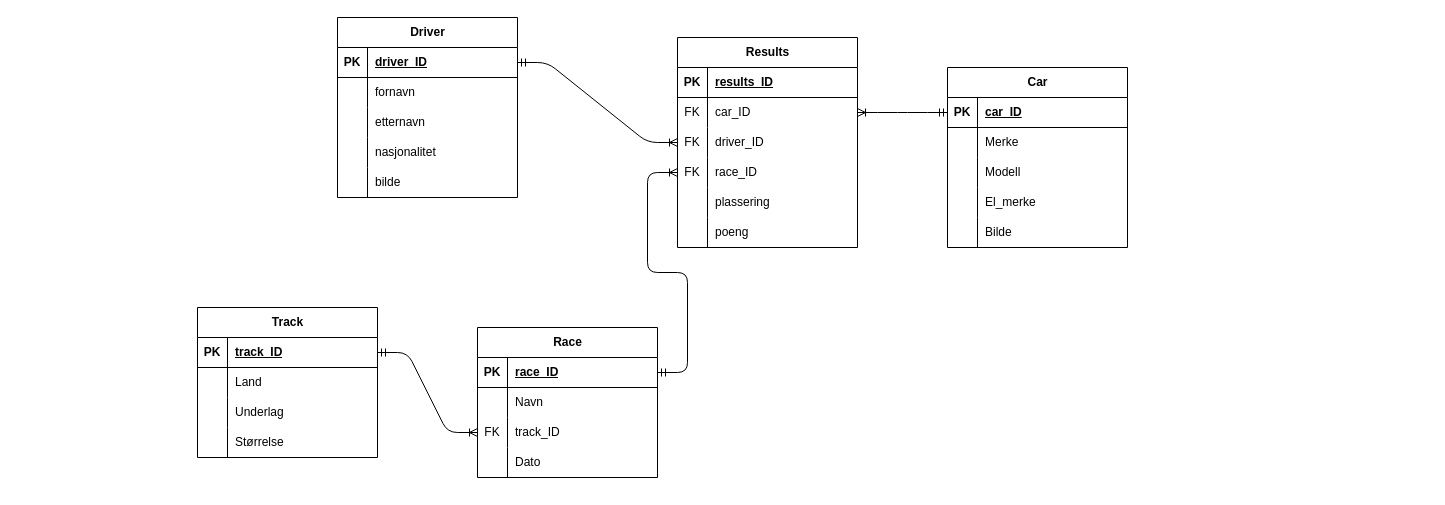
Above: Prosjekt_database/Racetracker.drawio in Olaminator-07/Olaminator-07.github.io (draw.io), before the change. Source tidied: cells renumbered, new cells numbered last; positions are measured from the earlier drawing's top-left corner, leaving out a move shared by most shapes. Both pictures are drawn from the tidied source at 100%, with x=0, y=0 at pixel (197, 17).
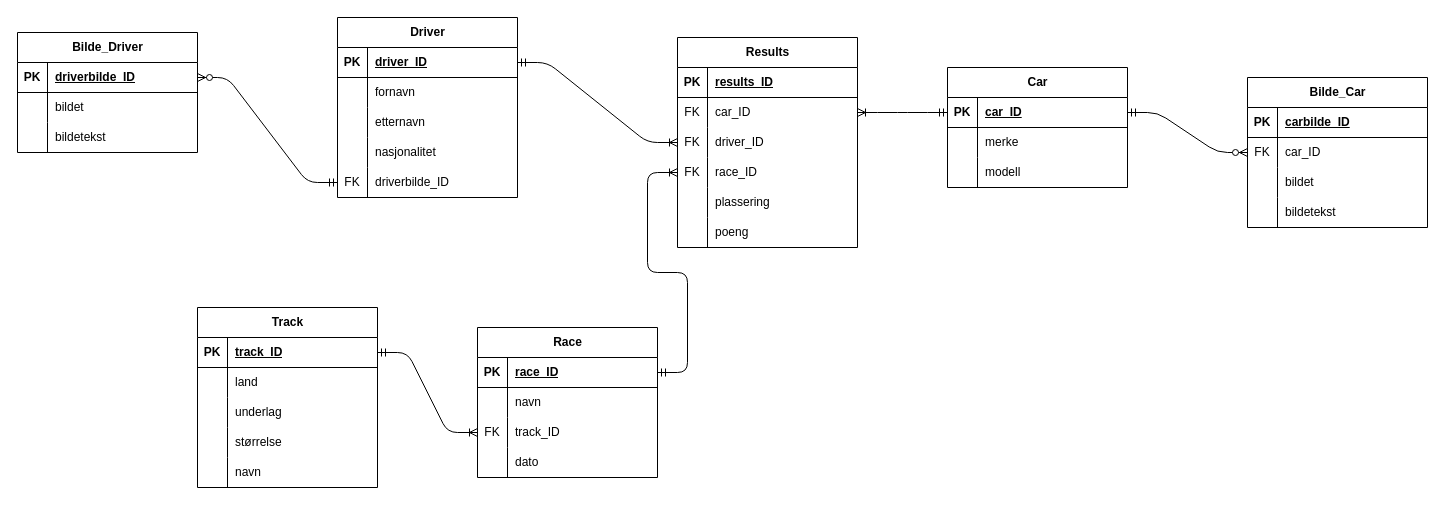
After the change.

The change refers to these unchanged cells:
```xml
<mxCell id="3" style="shape=tableRow;horizontal=0;startSize=0;swimlaneHead=0;swimlaneBody=0;fillColor=none;points=[[0,0.5],[1,0.5]];portConstraint=eastwest;top=0;left=0;right=0;bottom=1;" parent="2" vertex="1">
  <mxGeometry y="30" width="180" height="30" as="geometry" />
</mxCell>
<mxCell id="6" style="shape=tableRow;horizontal=0;startSize=0;swimlaneHead=0;swimlaneBody=0;fillColor=none;top=0;left=0;right=0;bottom=0;" parent="2" vertex="1">
  <mxGeometry y="60" width="180" height="30" as="geometry" />
</mxCell>
<mxCell id="9" style="shape=tableRow;horizontal=0;startSize=0;swimlaneHead=0;swimlaneBody=0;fillColor=none;top=0;left=0;right=0;bottom=0;" parent="2" vertex="1">
  <mxGeometry y="90" width="180" height="30" as="geometry" />
</mxCell>
<mxCell id="31" style="shape=tableRow;horizontal=0;startSize=0;swimlaneHead=0;swimlaneBody=0;fillColor=none;points=[[0,0.5],[1,0.5]];portConstraint=eastwest;top=0;left=0;right=0;bottom=0;" parent="18" vertex="1">
  <mxGeometry y="150" width="180" height="30" as="geometry" />
</mxCell>
<mxCell id="38" style="shape=tableRow;horizontal=0;startSize=0;swimlaneHead=0;swimlaneBody=0;fillColor=none;top=0;left=0;right=0;bottom=0;" parent="34" vertex="1">
  <mxGeometry y="60" width="180" height="30" as="geometry" />
</mxCell>
<mxCell id="44" style="shape=tableRow;horizontal=0;startSize=0;swimlaneHead=0;swimlaneBody=0;fillColor=none;top=0;left=0;right=0;bottom=0;" parent="34" vertex="1">
  <mxGeometry y="120" width="180" height="30" as="geometry" />
</mxCell>
<mxCell id="70" style="shape=tableRow;horizontal=0;startSize=0;swimlaneHead=0;swimlaneBody=0;fillColor=none;top=0;left=0;right=0;bottom=0;" parent="66" vertex="1">
  <mxGeometry y="60" width="180" height="30" as="geometry" />
</mxCell>
<mxCell id="73" style="shape=tableRow;horizontal=0;startSize=0;swimlaneHead=0;swimlaneBody=0;fillColor=none;top=0;left=0;right=0;bottom=0;" parent="66" vertex="1">
  <mxGeometry y="90" width="180" height="30" as="geometry" />
</mxCell>
<mxCell id="76" style="shape=tableRow;horizontal=0;startSize=0;swimlaneHead=0;swimlaneBody=0;fillColor=none;top=0;left=0;right=0;bottom=0;" parent="66" vertex="1">
  <mxGeometry y="120" width="180" height="30" as="geometry" />
</mxCell>
```

Diff of the diagram source:
```diff
@@
     <mxCell id="2" value="Car" style="shape=table;startSize=30;childLayout=tableLayout;rowLines=0;fontStyle=1;align=center;html=1;" parent="1" vertex="1">
-      <mxGeometry x="750" y="50" width="180" height="180" as="geometry" />
+      <mxGeometry x="750" y="50" width="180" height="120" as="geometry" />
     </mxCell>
@@
-    <mxCell id="8" value="Merke" style="shape=partialRectangle;fillColor=none;top=0;left=0;bottom=0;right=0;align=left;spacingLeft=6;overflow=hidden;whiteSpace=wrap;html=1;" parent="6" vertex="1">
+    <mxCell id="8" value="merke" style="shape=partialRectangle;fillColor=none;top=0;left=0;bottom=0;right=0;align=left;spacingLeft=6;overflow=hidden;whiteSpace=wrap;html=1;" parent="6" vertex="1">
       <mxGeometry x="30" width="150" height="30" as="geometry" />
     </mxCell>
@@
-    <mxCell id="11" value="Modell" style="shape=partialRectangle;fillColor=none;top=0;left=0;bottom=0;right=0;align=left;spacingLeft=6;overflow=hidden;whiteSpace=wrap;html=1;" parent="9" vertex="1">
+    <mxCell id="11" value="modell" style="shape=partialRectangle;fillColor=none;top=0;left=0;bottom=0;right=0;align=left;spacingLeft=6;overflow=hidden;whiteSpace=wrap;html=1;" parent="9" vertex="1">
       <mxGeometry x="30" width="150" height="30" as="geometry" />
     </mxCell>
-    <mxCell id="12" style="shape=tableRow;horizontal=0;startSize=0;swimlaneHead=0;swimlaneBody=0;fillColor=none;top=0;left=0;right=0;bottom=0;" parent="2" vertex="1">
-      <mxGeometry y="120" width="180" height="30" as="geometry" />
-    </mxCell>
-    <mxCell id="13" style="shape=partialRectangle;fillColor=none;top=0;left=0;bottom=0;right=0;overflow=hidden;whiteSpace=wrap;html=1;" parent="12" vertex="1">
-      <mxGeometry width="30" height="30" as="geometry" />
-    </mxCell>
-    <mxCell id="14" value="El_merke" style="shape=partialRectangle;fillColor=none;top=0;left=0;bottom=0;right=0;align=left;spacingLeft=6;overflow=hidden;whiteSpace=wrap;html=1;" parent="12" vertex="1">
-      <mxGeometry x="30" width="150" height="30" as="geometry" />
-    </mxCell>
-    <mxCell id="15" style="shape=tableRow;horizontal=0;startSize=0;swimlaneHead=0;swimlaneBody=0;fillColor=none;top=0;left=0;right=0;bottom=0;" parent="2" vertex="1">
-      <mxGeometry y="150" width="180" height="30" as="geometry" />
-    </mxCell>
-    <mxCell id="16" style="shape=partialRectangle;fillColor=none;top=0;left=0;bottom=0;right=0;overflow=hidden;whiteSpace=wrap;html=1;" parent="15" vertex="1">
-      <mxGeometry width="30" height="30" as="geometry" />
-    </mxCell>
-    <mxCell id="17" value="Bilde" style="shape=partialRectangle;fillColor=none;top=0;left=0;bottom=0;right=0;align=left;spacingLeft=6;overflow=hidden;whiteSpace=wrap;html=1;" parent="15" vertex="1">
-      <mxGeometry x="30" width="150" height="30" as="geometry" />
-    </mxCell>
@@
-    <mxCell id="32" style="shape=partialRectangle;fillColor=none;top=0;left=0;bottom=0;right=0;overflow=hidden;whiteSpace=wrap;html=1;" parent="31" vertex="1">
+    <mxCell id="32" value="FK" style="shape=partialRectangle;fillColor=none;top=0;left=0;bottom=0;right=0;overflow=hidden;whiteSpace=wrap;html=1;" parent="31" vertex="1">
       <mxGeometry width="30" height="30" as="geometry" />
     </mxCell>
-    <mxCell id="33" value="bilde" style="shape=partialRectangle;fillColor=none;top=0;left=0;bottom=0;right=0;align=left;spacingLeft=6;overflow=hidden;whiteSpace=wrap;html=1;" parent="31" vertex="1">
+    <mxCell id="33" value="driverbilde_ID" style="shape=partialRectangle;fillColor=none;top=0;left=0;bottom=0;right=0;align=left;spacingLeft=6;overflow=hidden;whiteSpace=wrap;html=1;" parent="31" vertex="1">
       <mxGeometry x="30" width="150" height="30" as="geometry" />
     </mxCell>
@@
-    <mxCell id="40" value="Navn" style="shape=partialRectangle;fillColor=none;top=0;left=0;bottom=0;right=0;align=left;spacingLeft=6;overflow=hidden;whiteSpace=wrap;html=1;" parent="38" vertex="1">
+    <mxCell id="40" value="navn" style="shape=partialRectangle;fillColor=none;top=0;left=0;bottom=0;right=0;align=left;spacingLeft=6;overflow=hidden;whiteSpace=wrap;html=1;" parent="38" vertex="1">
       <mxGeometry x="30" width="150" height="30" as="geometry" />
     </mxCell>
@@
-    <mxCell id="46" value="Dato" style="shape=partialRectangle;fillColor=none;top=0;left=0;bottom=0;right=0;align=left;spacingLeft=6;overflow=hidden;whiteSpace=wrap;html=1;" parent="44" vertex="1">
+    <mxCell id="46" value="dato" style="shape=partialRectangle;fillColor=none;top=0;left=0;bottom=0;right=0;align=left;spacingLeft=6;overflow=hidden;whiteSpace=wrap;html=1;" parent="44" vertex="1">
       <mxGeometry x="30" width="150" height="30" as="geometry" />
     </mxCell>
@@
     <mxCell id="66" value="Track" style="shape=table;startSize=30;childLayout=tableLayout;rowLines=0;fontStyle=1;align=center;html=1;" parent="1" vertex="1">
-      <mxGeometry y="290" width="180" height="150" as="geometry" />
+      <mxGeometry y="290" width="180" height="180" as="geometry" />
     </mxCell>
@@
-    <mxCell id="72" value="Land" style="shape=partialRectangle;fillColor=none;top=0;left=0;bottom=0;right=0;align=left;spacingLeft=6;overflow=hidden;whiteSpace=wrap;html=1;" parent="70" vertex="1">
+    <mxCell id="72" value="land" style="shape=partialRectangle;fillColor=none;top=0;left=0;bottom=0;right=0;align=left;spacingLeft=6;overflow=hidden;whiteSpace=wrap;html=1;" parent="70" vertex="1">
       <mxGeometry x="30" width="150" height="30" as="geometry" />
     </mxCell>
@@
-    <mxCell id="75" value="Underlag" style="shape=partialRectangle;fillColor=none;top=0;left=0;bottom=0;right=0;align=left;spacingLeft=6;overflow=hidden;whiteSpace=wrap;html=1;" parent="73" vertex="1">
+    <mxCell id="75" value="underlag" style="shape=partialRectangle;fillColor=none;top=0;left=0;bottom=0;right=0;align=left;spacingLeft=6;overflow=hidden;whiteSpace=wrap;html=1;" parent="73" vertex="1">
       <mxGeometry x="30" width="150" height="30" as="geometry" />
     </mxCell>
@@
-    <mxCell id="78" value="Størrelse" style="shape=partialRectangle;fillColor=none;top=0;left=0;bottom=0;right=0;align=left;spacingLeft=6;overflow=hidden;whiteSpace=wrap;html=1;" parent="76" vertex="1">
+    <mxCell id="78" value="størrelse" style="shape=partialRectangle;fillColor=none;top=0;left=0;bottom=0;right=0;align=left;spacingLeft=6;overflow=hidden;whiteSpace=wrap;html=1;" parent="76" vertex="1">
       <mxGeometry x="30" width="150" height="30" as="geometry" />
     </mxCell>
+    <mxCell id="15" style="shape=tableRow;horizontal=0;startSize=0;swimlaneHead=0;swimlaneBody=0;fillColor=none;top=0;left=0;right=0;bottom=0;" parent="66" vertex="1">
+      <mxGeometry y="150" width="180" height="30" as="geometry" />
+    </mxCell>
+    <mxCell id="83" style="shape=partialRectangle;fillColor=none;top=0;left=0;bottom=0;right=0;overflow=hidden;whiteSpace=wrap;html=1;" parent="15" vertex="1">
+      <mxGeometry width="30" height="30" as="geometry" />
+    </mxCell>
+    <mxCell id="84" value="navn" style="shape=partialRectangle;fillColor=none;top=0;left=0;bottom=0;right=0;align=left;spacingLeft=6;overflow=hidden;whiteSpace=wrap;html=1;" parent="15" vertex="1">
+      <mxGeometry x="30" width="150" height="30" as="geometry" />
+    </mxCell>
@@
+    <mxCell id="85" value="Bilde_Driver" style="shape=table;startSize=30;childLayout=tableLayout;rowLines=0;fontStyle=1;align=center;html=1;" parent="1" vertex="1">
+      <mxGeometry x="-180" y="15" width="180" height="120" as="geometry" />
+    </mxCell>
+    <mxCell id="86" style="shape=tableRow;horizontal=0;startSize=0;swimlaneHead=0;swimlaneBody=0;fillColor=none;points=[[0,0.5],[1,0.5]];portConstraint=eastwest;top=0;left=0;right=0;bottom=1;" parent="85" vertex="1">
+      <mxGeometry y="30" width="180" height="30" as="geometry" />
+    </mxCell>
+    <mxCell id="87" value="PK" style="shape=partialRectangle;fillColor=none;top=0;left=0;bottom=0;right=0;fontStyle=1;overflow=hidden;whiteSpace=wrap;html=1;" parent="86" vertex="1">
+      <mxGeometry width="30" height="30" as="geometry" />
+    </mxCell>
+    <mxCell id="88" value="driverbilde_ID" style="shape=partialRectangle;fillColor=none;top=0;left=0;bottom=0;right=0;align=left;spacingLeft=6;fontStyle=5;overflow=hidden;whiteSpace=wrap;html=1;" parent="86" vertex="1">
+      <mxGeometry x="30" width="150" height="30" as="geometry" />
+    </mxCell>
+    <mxCell id="89" style="shape=tableRow;horizontal=0;startSize=0;swimlaneHead=0;swimlaneBody=0;fillColor=none;top=0;left=0;right=0;bottom=0;" parent="85" vertex="1">
+      <mxGeometry y="60" width="180" height="30" as="geometry" />
+    </mxCell>
+    <mxCell id="90" style="shape=partialRectangle;fillColor=none;top=0;left=0;bottom=0;right=0;overflow=hidden;whiteSpace=wrap;html=1;" parent="89" vertex="1">
+      <mxGeometry width="30" height="30" as="geometry" />
+    </mxCell>
+    <mxCell id="91" value="bildet" style="shape=partialRectangle;fillColor=none;top=0;left=0;bottom=0;right=0;align=left;spacingLeft=6;overflow=hidden;whiteSpace=wrap;html=1;" parent="89" vertex="1">
+      <mxGeometry x="30" width="150" height="30" as="geometry" />
+    </mxCell>
+    <mxCell id="92" style="shape=tableRow;horizontal=0;startSize=0;swimlaneHead=0;swimlaneBody=0;fillColor=none;top=0;left=0;right=0;bottom=0;" parent="85" vertex="1">
+      <mxGeometry y="90" width="180" height="30" as="geometry" />
+    </mxCell>
+    <mxCell id="93" style="shape=partialRectangle;fillColor=none;top=0;left=0;bottom=0;right=0;overflow=hidden;whiteSpace=wrap;html=1;" parent="92" vertex="1">
+      <mxGeometry width="30" height="30" as="geometry" />
+    </mxCell>
+    <mxCell id="94" value="bildetekst" style="shape=partialRectangle;fillColor=none;top=0;left=0;bottom=0;right=0;align=left;spacingLeft=6;overflow=hidden;whiteSpace=wrap;html=1;" parent="92" vertex="1">
+      <mxGeometry x="30" width="150" height="30" as="geometry" />
+    </mxCell>
+    <mxCell id="95" style="edgeStyle=entityRelationEdgeStyle;fontSize=12;html=1;endArrow=ERzeroToMany;startArrow=ERmandOne;entryX=1;entryY=0.5;entryDx=0;entryDy=0;exitX=0;exitY=0.5;exitDx=0;exitDy=0;" parent="1" edge="1" source="31" target="86">
+      <mxGeometry relative="1" as="geometry" />
+    </mxCell>
+    <mxCell id="96" value="Bilde_Car" style="shape=table;startSize=30;childLayout=tableLayout;rowLines=0;fontStyle=1;align=center;html=1;" parent="1" vertex="1">
+      <mxGeometry x="1050" y="60" width="180" height="150" as="geometry" />
+    </mxCell>
+    <mxCell id="97" style="shape=tableRow;horizontal=0;startSize=0;swimlaneHead=0;swimlaneBody=0;fillColor=none;top=0;left=0;right=0;bottom=1;" parent="96" vertex="1">
+      <mxGeometry y="30" width="180" height="30" as="geometry" />
+    </mxCell>
+    <mxCell id="98" value="PK" style="shape=partialRectangle;fillColor=none;top=0;left=0;bottom=0;right=0;fontStyle=1;overflow=hidden;whiteSpace=wrap;html=1;" parent="97" vertex="1">
+      <mxGeometry width="30" height="30" as="geometry" />
+    </mxCell>
+    <mxCell id="99" value="carbilde_ID" style="shape=partialRectangle;fillColor=none;top=0;left=0;bottom=0;right=0;align=left;spacingLeft=6;fontStyle=5;overflow=hidden;whiteSpace=wrap;html=1;" parent="97" vertex="1">
+      <mxGeometry x="30" width="150" height="30" as="geometry" />
+    </mxCell>
+    <mxCell id="100" style="shape=tableRow;horizontal=0;startSize=0;swimlaneHead=0;swimlaneBody=0;fillColor=none;points=[[0,0.5],[1,0.5]];portConstraint=eastwest;top=0;left=0;right=0;bottom=0;" parent="96" vertex="1">
+      <mxGeometry y="60" width="180" height="30" as="geometry" />
+    </mxCell>
+    <mxCell id="101" value="FK" style="shape=partialRectangle;fillColor=none;top=0;left=0;bottom=0;right=0;overflow=hidden;whiteSpace=wrap;html=1;" parent="100" vertex="1">
+      <mxGeometry width="30" height="30" as="geometry" />
+    </mxCell>
+    <mxCell id="102" value="car_ID" style="shape=partialRectangle;fillColor=none;top=0;left=0;bottom=0;right=0;align=left;spacingLeft=6;overflow=hidden;whiteSpace=wrap;html=1;" parent="100" vertex="1">
+      <mxGeometry x="30" width="150" height="30" as="geometry" />
+    </mxCell>
+    <mxCell id="103" style="shape=tableRow;horizontal=0;startSize=0;swimlaneHead=0;swimlaneBody=0;fillColor=none;top=0;left=0;right=0;bottom=0;" parent="96" vertex="1">
+      <mxGeometry y="90" width="180" height="30" as="geometry" />
+    </mxCell>
+    <mxCell id="104" style="shape=partialRectangle;fillColor=none;top=0;left=0;bottom=0;right=0;overflow=hidden;whiteSpace=wrap;html=1;" parent="103" vertex="1">
+      <mxGeometry width="30" height="30" as="geometry" />
+    </mxCell>
+    <mxCell id="105" value="bildet" style="shape=partialRectangle;fillColor=none;top=0;left=0;bottom=0;right=0;align=left;spacingLeft=6;overflow=hidden;whiteSpace=wrap;html=1;" parent="103" vertex="1">
+      <mxGeometry x="30" width="150" height="30" as="geometry" />
+    </mxCell>
+    <mxCell id="12" style="shape=tableRow;horizontal=0;startSize=0;swimlaneHead=0;swimlaneBody=0;fillColor=none;top=0;left=0;right=0;bottom=0;" parent="96" vertex="1">
+      <mxGeometry y="120" width="180" height="30" as="geometry" />
+    </mxCell>
+    <mxCell id="106" style="shape=partialRectangle;fillColor=none;top=0;left=0;bottom=0;right=0;overflow=hidden;whiteSpace=wrap;html=1;" parent="12" vertex="1">
+      <mxGeometry width="30" height="30" as="geometry" />
+    </mxCell>
+    <mxCell id="107" value="bildetekst" style="shape=partialRectangle;fillColor=none;top=0;left=0;bottom=0;right=0;align=left;spacingLeft=6;overflow=hidden;whiteSpace=wrap;html=1;" parent="12" vertex="1">
+      <mxGeometry x="30" width="150" height="30" as="geometry" />
+    </mxCell>
+    <mxCell id="108" style="edgeStyle=entityRelationEdgeStyle;fontSize=12;html=1;endArrow=ERzeroToMany;startArrow=ERmandOne;exitX=1;exitY=0.5;exitDx=0;exitDy=0;" parent="1" edge="1" source="3" target="100">
+      <mxGeometry relative="1" as="geometry" />
+    </mxCell>
```
